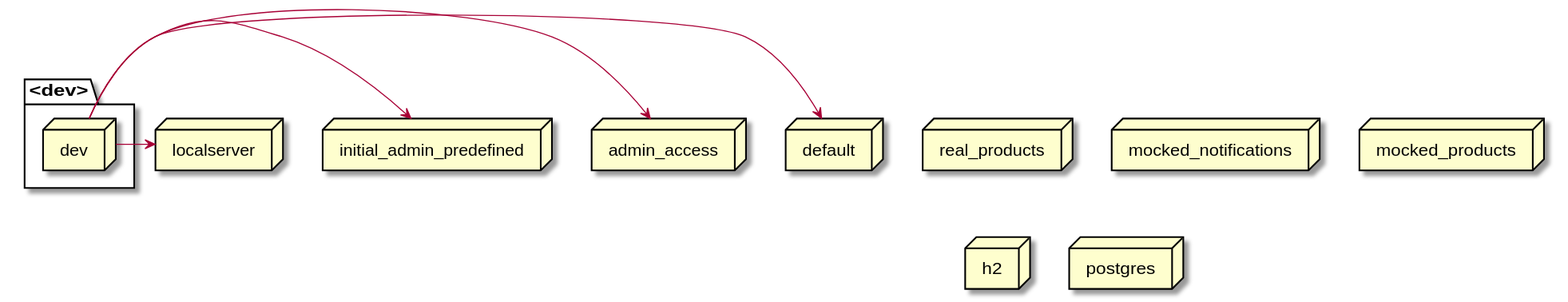
The PlantUML diagram docs/latest/images/gen_springprofiles-dev.svg in mercedes-benz/sechub, before a commit.
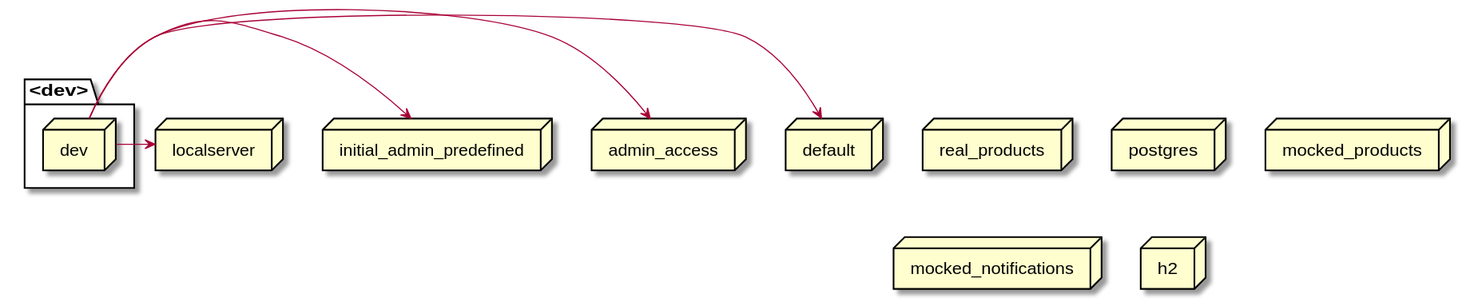
Later version of the same file.

What changed in the source:
```diff
@@ -1,16 +1,16 @@
 @startuml
 node real_products
-node localserver
-node mocked_notifications
-node initial_admin_predefined
-node mocked_products
-node h2
-node admin_access
 node default
 node postgres
+node localserver
+node mocked_products
+node mocked_notifications
+node admin_access
+node initial_admin_predefined
 package <dev>{
    node dev
 }
+node h2
 dev -> localserver
 dev -> initial_admin_predefined
 dev -> admin_access
```
